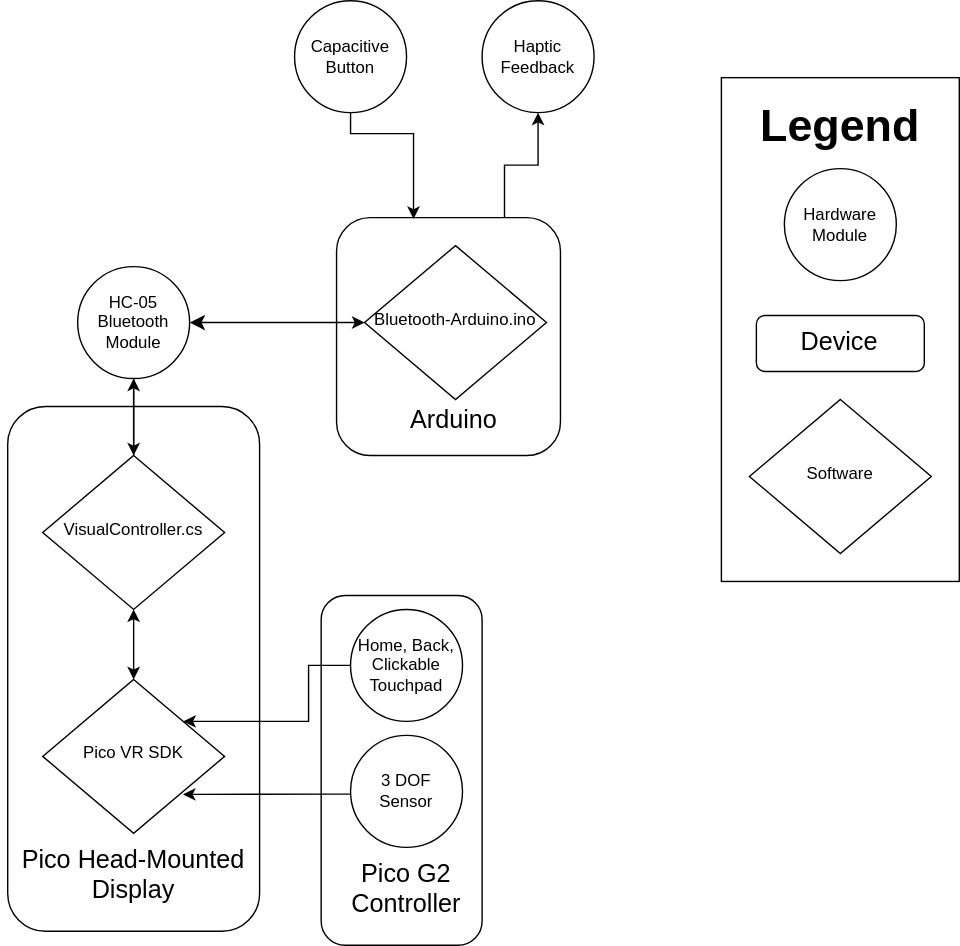
This is Pico-Bluetooth-Unity/System-Diagram.svg from RnkSngh/PicoArduino, a draw.io export, as it was before one commit. Source tidied: cells renumbered, new cells last; positions are measured from the earlier drawing's top-left corner, leaving out a move shared by most shapes.
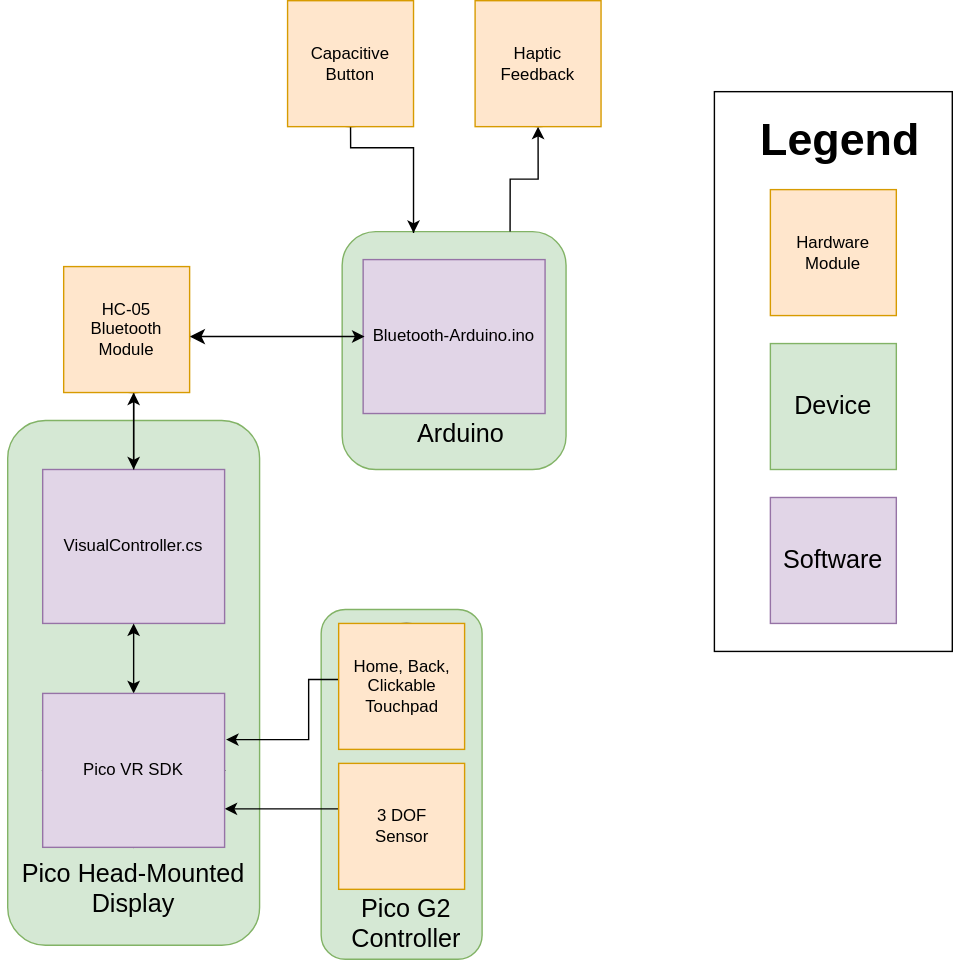
Later version of the same file.

Commit message:
Added comments and updated diagrams

What changed in the source:
```diff
@@ -2,55 +2,58 @@
   <root>
     <mxCell id="0" />
     <mxCell id="1" parent="0" />
+    <mxCell id="7" style="rounded=1;whiteSpace=wrap;html=1;fontSize=12;glass=0;strokeWidth=1;shadow=0;fillColor=#d5e8d4;strokeColor=#82b366;" parent="1" vertex="1">
+      <mxGeometry x="244" y="155" width="160" height="170" as="geometry" />
+    </mxCell>
+    <mxCell id="9" value="Bluetooth-Arduino.ino" style="rounded=0;whiteSpace=wrap;html=1;fillColor=#e1d5e7;strokeColor=#9673a6;" parent="1" vertex="1">
+      <mxGeometry x="259" y="175" width="130" height="110" as="geometry" />
+    </mxCell>
+    <mxCell id="4" style="rounded=1;whiteSpace=wrap;html=1;fontSize=12;glass=0;strokeWidth=1;shadow=0;fillColor=#d5e8d4;strokeColor=#82b366;" parent="1" vertex="1">
+      <mxGeometry x="5" y="290" width="180" height="375" as="geometry" />
+    </mxCell>
+    <mxCell id="21" value="VisualController.cs" style="rounded=0;whiteSpace=wrap;html=1;fillColor=#e1d5e7;strokeColor=#9673a6;" parent="1" vertex="1">
+      <mxGeometry x="30" y="325" width="130" height="110" as="geometry" />
+    </mxCell>
-    <mxCell id="2" style="rounded=1;whiteSpace=wrap;html=1;fontSize=12;glass=0;strokeWidth=1;shadow=0;" parent="1" vertex="1">
+    <mxCell id="2" style="rounded=1;whiteSpace=wrap;html=1;fontSize=12;glass=0;strokeWidth=1;shadow=0;fillColor=#d5e8d4;strokeColor=#82b366;" parent="1" vertex="1">
       <mxGeometry x="229" y="425" width="115" height="250" as="geometry" />
     </mxCell>
     <mxCell id="3" value="&lt;font style=&quot;font-size: 18px&quot;&gt;Pico G2&lt;br&gt;Controller&lt;br&gt;&lt;/font&gt;" style="text;html=1;strokeColor=none;fillColor=none;align=center;verticalAlign=middle;whiteSpace=wrap;rounded=0;" parent="1" vertex="1">
-      <mxGeometry x="195" y="625" width="190" height="20" as="geometry" />
+      <mxGeometry x="195" y="645" width="190" height="10" as="geometry" />
     </mxCell>
-    <mxCell id="4" style="rounded=1;whiteSpace=wrap;html=1;fontSize=12;glass=0;strokeWidth=1;shadow=0;" parent="1" vertex="1">
-      <mxGeometry x="5" y="290" width="180" height="375" as="geometry" />
-    </mxCell>
     <mxCell id="5" style="rounded=0;whiteSpace=wrap;html=1;fontSize=32;fillColor=none;" parent="1" vertex="1">
-      <mxGeometry x="515" y="55" width="170" height="360" as="geometry" />
+      <mxGeometry x="510" y="55" width="170" height="400" as="geometry" />
     </mxCell>
     <mxCell id="6" style="edgeStyle=orthogonalEdgeStyle;rounded=0;jettySize=auto;html=1;exitX=0.75;exitY=0;exitDx=0;exitDy=0;entryX=0.5;entryY=1;entryDx=0;entryDy=0;" parent="1" edge="1" source="7" target="24">
       <mxGeometry relative="1" as="geometry" />
     </mxCell>
-    <mxCell id="7" style="rounded=1;whiteSpace=wrap;html=1;fontSize=12;glass=0;strokeWidth=1;shadow=0;" parent="1" vertex="1">
-      <mxGeometry x="240" y="155" width="160" height="170" as="geometry" />
-    </mxCell>
-    <mxCell id="8" style="endArrow=classic;startArrow=classic;html=1;shadow=0;fontFamily=Helvetica;fontSize=11;fontColor=#000000;align=center;endFill=1;endSize=8;strokeColor=#000000;strokeWidth=1;edgeStyle=orthogonalEdgeStyle;rounded=0;entryX=1;entryY=0.5;entryDx=0;entryDy=0;" parent="1" edge="1" source="9" target="26">
+    <mxCell id="8" style="endArrow=classic;startArrow=classic;html=1;shadow=0;fontFamily=Helvetica;fontSize=11;fontColor=#000000;align=center;endFill=1;endSize=8;strokeColor=#000000;strokeWidth=1;edgeStyle=orthogonalEdgeStyle;rounded=0;entryX=1;entryY=0.5;entryDx=0;entryDy=0;" parent="1" edge="1" target="26">
       <mxGeometry y="20" relative="1" as="geometry">
+        <mxPoint x="260" y="230" as="sourcePoint" />
         <Array as="points">
           <mxPoint x="150" y="230" />
           <mxPoint x="150" y="230" />
         </Array>
       </mxGeometry>
     </mxCell>
-    <mxCell id="9" value="Bluetooth-Arduino.ino" style="rhombus;whiteSpace=wrap;html=1;shadow=0;fontFamily=Helvetica;fontSize=12;align=center;strokeWidth=1;spacing=6;spacingTop=-4;" parent="1" vertex="1">
-      <mxGeometry x="260" y="175" width="130" height="110" as="geometry" />
-    </mxCell>
-    <mxCell id="10" style="edgeStyle=orthogonalEdgeStyle;rounded=0;jettySize=auto;html=1;entryX=0.771;entryY=0.747;entryDx=0;entryDy=0;entryPerimeter=0;" parent="1" edge="1" source="11" target="23">
+    <mxCell id="10" style="edgeStyle=orthogonalEdgeStyle;rounded=0;jettySize=auto;html=1;entryX=1;entryY=0.75;entryDx=0;entryDy=0;" parent="1" edge="1" target="30">
       <mxGeometry relative="1" as="geometry">
+        <mxPoint x="250.1" y="567.5" as="sourcePoint" />
         <Array as="points">
           <mxPoint x="240" y="567" />
-          <mxPoint x="138" y="567" />
         </Array>
       </mxGeometry>
     </mxCell>
-    <mxCell id="11" value="3 DOF&lt;br&gt;Sensor" style="ellipse;whiteSpace=wrap;html=1;" parent="1" vertex="1">
-      <mxGeometry x="250" y="525" width="80" height="80" as="geometry" />
-    </mxCell>
-    <mxCell id="12" style="edgeStyle=orthogonalEdgeStyle;rounded=0;jettySize=auto;html=1;" parent="1" edge="1" source="13" target="23">
+    <mxCell id="12" style="edgeStyle=orthogonalEdgeStyle;rounded=0;jettySize=auto;html=1;" parent="1" edge="1" source="13">
       <mxGeometry relative="1" as="geometry">
+        <mxPoint x="161" y="518" as="targetPoint" />
         <Array as="points">
           <mxPoint x="220" y="475" />
-          <mxPoint x="220" y="515" />
+          <mxPoint x="220" y="518" />
+          <mxPoint x="180" y="518" />
         </Array>
       </mxGeometry>
     </mxCell>
-    <mxCell id="13" value="Home, Back, Clickable Touchpad" style="ellipse;whiteSpace=wrap;html=1;" parent="1" vertex="1">
+    <mxCell id="13" style="ellipse;whiteSpace=wrap;html=1;" parent="1" vertex="1">
       <mxGeometry x="250" y="435" width="80" height="80" as="geometry" />
     </mxCell>
     <mxCell id="14" style="edgeStyle=orthogonalEdgeStyle;rounded=0;jettySize=auto;html=1;" parent="1" edge="1" source="15">
@@ -63,50 +66,68 @@
         </Array>
       </mxGeometry>
     </mxCell>
-    <mxCell id="15" value="Capacitive Button" style="ellipse;whiteSpace=wrap;html=1;" parent="1" vertex="1">
+    <mxCell id="15" style="ellipse;whiteSpace=wrap;html=1;" parent="1" vertex="1">
       <mxGeometry x="210" width="80" height="80" as="geometry" />
     </mxCell>
-    <mxCell id="16" style="rounded=1;whiteSpace=wrap;html=1;fontSize=12;glass=0;strokeWidth=1;shadow=0;" parent="1" vertex="1">
-      <mxGeometry x="540" y="225" width="120" height="40" as="geometry" />
-    </mxCell>
-    <mxCell id="17" value="Hardware Module" style="ellipse;whiteSpace=wrap;html=1;" parent="1" vertex="1">
-      <mxGeometry x="560" y="120" width="80" height="80" as="geometry" />
-    </mxCell>
-    <mxCell id="18" value="Software" style="rhombus;whiteSpace=wrap;html=1;shadow=0;fontFamily=Helvetica;fontSize=12;align=center;strokeWidth=1;spacing=6;spacingTop=-4;" parent="1" vertex="1">
-      <mxGeometry x="535" y="285" width="130" height="110" as="geometry" />
-    </mxCell>
     <mxCell id="19" value="&lt;b&gt;Legend&lt;/b&gt;" style="text;html=1;strokeColor=none;fillColor=none;align=center;verticalAlign=middle;whiteSpace=wrap;rounded=0;fontSize=32;" parent="1" vertex="1">
       <mxGeometry x="580" y="80" width="40" height="20" as="geometry" />
     </mxCell>
-    <mxCell id="20" style="edgeStyle=orthogonalEdgeStyle;rounded=0;jettySize=auto;html=1;" parent="1" edge="1" source="21" target="26">
-      <mxGeometry relative="1" as="geometry" />
+    <mxCell id="20" style="edgeStyle=orthogonalEdgeStyle;rounded=0;jettySize=auto;html=1;" parent="1" edge="1" target="26">
+      <mxGeometry relative="1" as="geometry">
+        <mxPoint x="95" y="325" as="sourcePoint" />
+      </mxGeometry>
     </mxCell>
-    <mxCell id="21" value="VisualController.cs" style="rhombus;whiteSpace=wrap;html=1;shadow=0;fontFamily=Helvetica;fontSize=12;align=center;strokeWidth=1;spacing=6;spacingTop=-4;" parent="1" vertex="1">
-      <mxGeometry x="30" y="325" width="130" height="110" as="geometry" />
-    </mxCell>
-    <mxCell id="22" style="endArrow=classic;startArrow=classic;html=1;fontFamily=Helvetica;fontSize=32;fontColor=#000000;align=center;strokeColor=#000000;" parent="1" edge="1" source="23" target="21">
-      <mxGeometry relative="1" as="geometry" />
+    <mxCell id="22" style="endArrow=classic;startArrow=classic;html=1;fontFamily=Helvetica;fontSize=32;fontColor=#000000;align=center;strokeColor=#000000;" parent="1" edge="1" source="23">
+      <mxGeometry relative="1" as="geometry">
+        <mxPoint x="95" y="435" as="targetPoint" />
+      </mxGeometry>
     </mxCell>
-    <mxCell id="23" value="Pico VR SDK" style="rhombus;whiteSpace=wrap;html=1;shadow=0;fontFamily=Helvetica;fontSize=12;align=center;strokeWidth=1;spacing=6;spacingTop=-4;" parent="1" vertex="1">
+    <mxCell id="23" style="rhombus;whiteSpace=wrap;html=1;shadow=0;fontFamily=Helvetica;fontSize=12;align=center;strokeWidth=1;spacing=6;spacingTop=-4;" parent="1" vertex="1">
       <mxGeometry x="30" y="485" width="130" height="110" as="geometry" />
     </mxCell>
-    <mxCell id="24" value="Haptic Feedback" style="ellipse;whiteSpace=wrap;html=1;" parent="1" vertex="1">
+    <mxCell id="24" style="ellipse;whiteSpace=wrap;html=1;" parent="1" vertex="1">
       <mxGeometry x="344" width="80" height="80" as="geometry" />
     </mxCell>
-    <mxCell id="25" style="edgeStyle=orthogonalEdgeStyle;rounded=0;jettySize=auto;html=1;" parent="1" edge="1" source="26" target="21">
-      <mxGeometry relative="1" as="geometry" />
+    <mxCell id="25" style="edgeStyle=orthogonalEdgeStyle;rounded=0;jettySize=auto;html=1;" parent="1" edge="1" source="26">
+      <mxGeometry relative="1" as="geometry">
+        <mxPoint x="95" y="325" as="targetPoint" />
+      </mxGeometry>
     </mxCell>
-    <mxCell id="26" value="HC-05&lt;br&gt;Bluetooth Module" style="ellipse;whiteSpace=wrap;html=1;" parent="1" vertex="1">
+    <mxCell id="26" style="ellipse;whiteSpace=wrap;html=1;" parent="1" vertex="1">
       <mxGeometry x="55" y="190" width="80" height="80" as="geometry" />
     </mxCell>
     <mxCell id="27" value="&lt;font style=&quot;font-size: 18px&quot;&gt;Pico Head-Mounted Display&lt;/font&gt;" style="text;html=1;strokeColor=none;fillColor=none;align=center;verticalAlign=middle;whiteSpace=wrap;rounded=0;" parent="1" vertex="1">
       <mxGeometry y="615" width="190" height="20" as="geometry" />
     </mxCell>
     <mxCell id="28" value="&lt;span style=&quot;font-size: 18px&quot;&gt;Arduino&lt;/span&gt;" style="text;html=1;strokeColor=none;fillColor=none;align=center;verticalAlign=middle;whiteSpace=wrap;rounded=0;" parent="1" vertex="1">
-      <mxGeometry x="229" y="290" width="190" height="20" as="geometry" />
+      <mxGeometry x="234" y="290" width="190" height="20" as="geometry" />
     </mxCell>
+    <mxCell id="30" value="Pico VR SDK" style="rounded=0;whiteSpace=wrap;html=1;fillColor=#e1d5e7;strokeColor=#9673a6;" parent="1" vertex="1">
+      <mxGeometry x="30" y="485" width="130" height="110" as="geometry" />
+    </mxCell>
+    <mxCell id="31" value="&lt;span&gt;HC-05&lt;/span&gt;&lt;br&gt;&lt;span&gt;Bluetooth Module&lt;/span&gt;" style="rounded=0;whiteSpace=wrap;html=1;fillColor=#ffe6cc;strokeColor=#d79b00;" parent="1" vertex="1">
+      <mxGeometry x="45" y="180" width="90" height="90" as="geometry" />
+    </mxCell>
+    <mxCell id="32" value="Capacitive Button" style="rounded=0;whiteSpace=wrap;html=1;fillColor=#ffe6cc;strokeColor=#d79b00;" parent="1" vertex="1">
+      <mxGeometry x="205" y="-10" width="90" height="90" as="geometry" />
+    </mxCell>
+    <mxCell id="33" value="Haptic Feedback" style="rounded=0;whiteSpace=wrap;html=1;fillColor=#ffe6cc;strokeColor=#d79b00;" parent="1" vertex="1">
+      <mxGeometry x="339" y="-10" width="90" height="90" as="geometry" />
+    </mxCell>
+    <mxCell id="34" value="Home, Back, Clickable Touchpad" style="rounded=0;whiteSpace=wrap;html=1;fillColor=#ffe6cc;strokeColor=#d79b00;" parent="1" vertex="1">
+      <mxGeometry x="241.5" y="435" width="90" height="90" as="geometry" />
+    </mxCell>
+    <mxCell id="11" value="3 DOF&lt;br&gt;Sensor" style="rounded=0;whiteSpace=wrap;html=1;fillColor=#ffe6cc;strokeColor=#d79b00;" parent="1" vertex="1">
+      <mxGeometry x="241.5" y="535" width="90" height="90" as="geometry" />
+    </mxCell>
+    <mxCell id="17" value="Hardware Module" style="rounded=0;whiteSpace=wrap;html=1;fillColor=#ffe6cc;strokeColor=#d79b00;" parent="1" vertex="1">
+      <mxGeometry x="550" y="125" width="90" height="90" as="geometry" />
+    </mxCell>
-    <mxCell id="29" value="&lt;div style=&quot;text-align: center&quot;&gt;&lt;span style=&quot;font-size: 18px&quot;&gt;&lt;font face=&quot;helvetica&quot;&gt;Device&lt;/font&gt;&lt;/span&gt;&lt;/div&gt;" style="text;whiteSpace=wrap;html=1;" parent="1" vertex="1">
-      <mxGeometry x="570" y="227" width="100" height="50" as="geometry" />
+    <mxCell id="29" value="&lt;span style=&quot;font-family: &amp;#34;helvetica&amp;#34; ; font-size: 18px&quot;&gt;Device&lt;/span&gt;" style="rounded=0;whiteSpace=wrap;html=1;fillColor=#d5e8d4;strokeColor=#82b366;" parent="1" vertex="1">
+      <mxGeometry x="550" y="235" width="90" height="90" as="geometry" />
     </mxCell>
+    <mxCell id="18" value="&lt;font face=&quot;helvetica&quot;&gt;&lt;span style=&quot;font-size: 18px&quot;&gt;Software&lt;/span&gt;&lt;/font&gt;" style="rounded=0;whiteSpace=wrap;html=1;fillColor=#e1d5e7;strokeColor=#9673a6;" parent="1" vertex="1">
+      <mxGeometry x="550" y="345" width="90" height="90" as="geometry" />
+    </mxCell>
   </root>
 </mxGraphModel>
```
